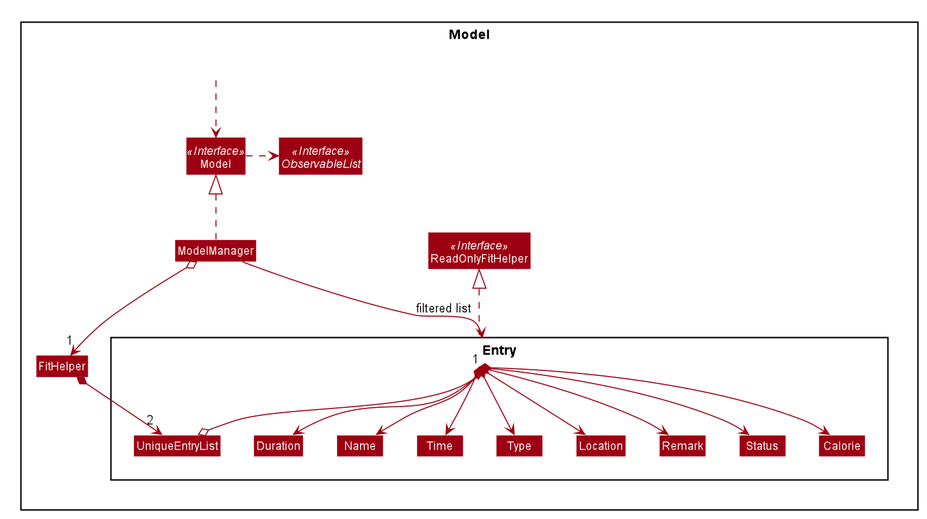
Above: docs/images/ModelClassDiagram.png in nus-cs2103-AY1920S2/addressbook-level3 (PlantUML), before the change.
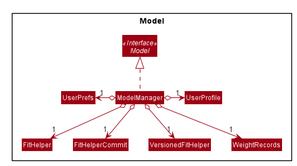
After the change.

The edit, as a diff of the source:
```diff
@@ -51,47 +51,25 @@
 skinparam arrowColor #9D0012
 skinparam classBackgroundColor #9D0012
 
-Package Model <<Rectangle>>{
-Interface ReadOnlyFitHelper <<Interface>>
-Interface Model <<Interface>>
-Interface ObservableList <<Interface>>
-Class FitHelper
-Class ReadOnlyFitHelper
-Class Model
-Class ModelManager
+Package Model <<Rectangle>> {
+    Interface Model <<Interface>>
 
-Package Entry {
-Class Calorie
-Class Duration
-Class Name
-Class Time
-Class Type
-Class Location
-Class Remark
-Class Status
-Class UniqueEntryList
+    Class FitHelper
+    Class FitHelperCommit
+    Class UserPrefs
+    Class UserProfile
+    Class VersionedFitHelper
+    Class WeightRecords
+    Class ModelManager
 }
 
-Class HiddenOutside #FFFFFF
-HiddenOutside ..> Model
+ModelManager .up.|> Model
 
-Entry .up.|> ReadOnlyFitHelper
+ModelManager o-left-> "1" UserPrefs
+ModelManager o-right-> "1" UserProfile
+ModelManager o-down-> "1" WeightRecords
+ModelManager o-down-> "1" FitHelper
+ModelManager o-down-> "1" VersionedFitHelper
+ModelManager o-down-> "1" FitHelperCommit
 
-ModelManager .up.|> Model
-Model .right.> ObservableList
-ModelManager o--> "1" FitHelper
-
-FitHelper *--> "2" UniqueEntryList
-UniqueEntryList o--> "*" Entry
-Entry *--> Calorie
-Entry *--> Duration
-Entry *--> Name
-Entry *--> Time
-Entry *--> Type
-Entry *--> Location
-Entry *--> Remark
-Entry *--> Status
-
-
-ModelManager -->"1" Entry : filtered list
 @enduml
```
